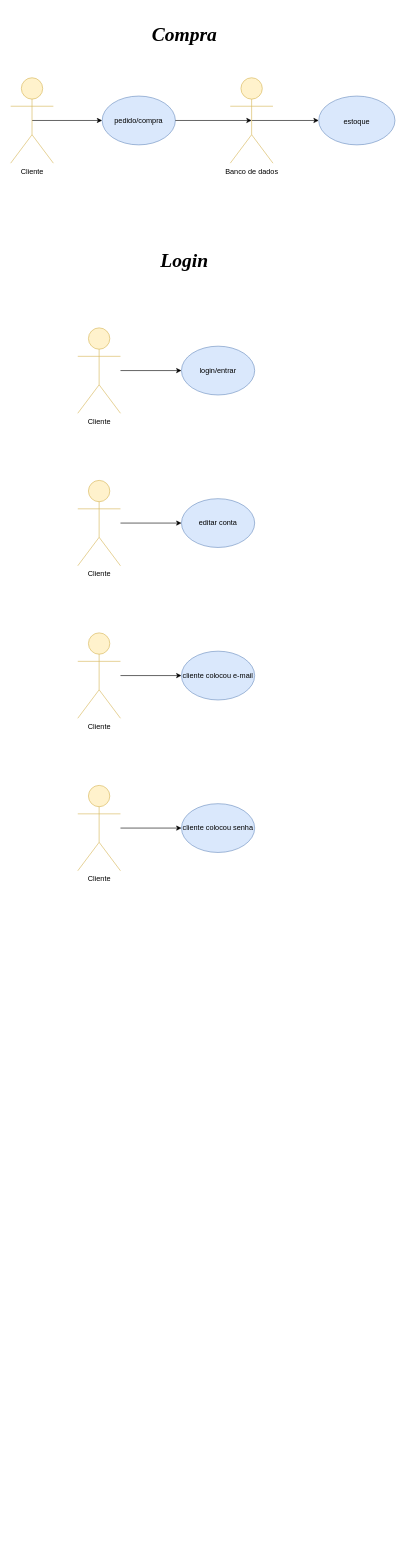
H4KAIzin/Diagamas keeps this draw.io diagram as doc/Casos.drawio. Above is the earlier version. Source tidied: cells renumbered, new cells numbered last; positions are measured from the earlier drawing's top-left corner, leaving out a move shared by most shapes. Both pictures are drawn from the tidied source at 61%, with x=0, y=0 at pixel (10, 10).
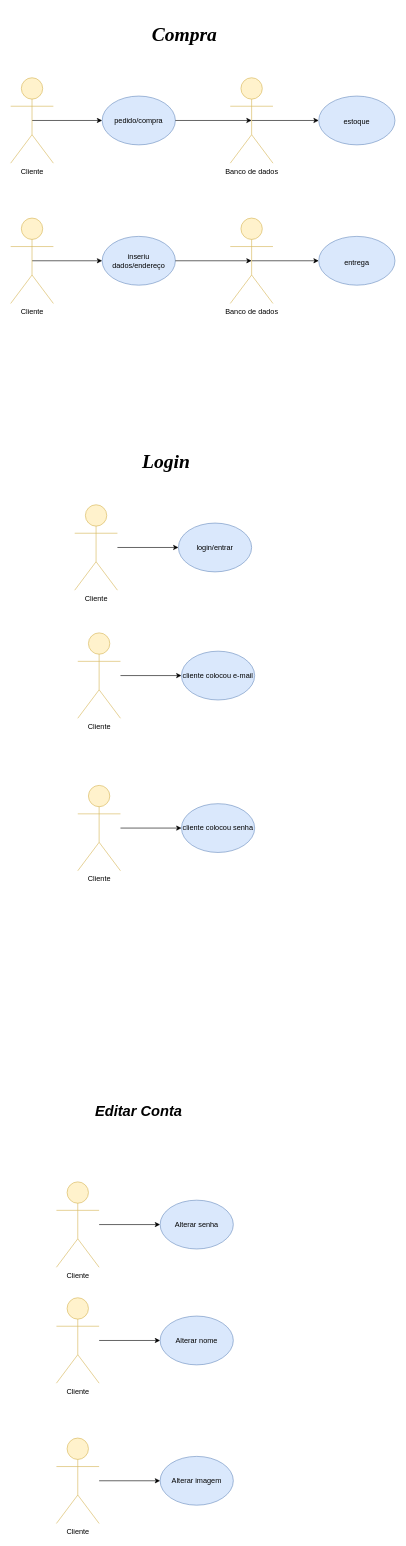
The same page after the edit.

Change to the diagram source:
```diff
@@
     <mxCell id="10" value="&lt;h1&gt;&lt;font face=&quot;Times New Roman&quot;&gt;&lt;span style=&quot;font-size: 32px;&quot;&gt;&lt;i&gt;Login&lt;/i&gt;&lt;/span&gt;&lt;/font&gt;&lt;/h1&gt;" style="text;html=1;align=center;verticalAlign=middle;whiteSpace=wrap;rounded=0;" parent="1" vertex="1">
-      <mxGeometry x="110" y="370" width="350" height="80" as="geometry" />
+      <mxGeometry x="80" y="700" width="350" height="80" as="geometry" />
     </mxCell>
@@
     <mxCell id="12" value="Cliente" style="shape=umlActor;verticalLabelPosition=bottom;verticalAlign=top;html=1;outlineConnect=0;fillColor=#fff2cc;strokeColor=#d6b656;" parent="1" vertex="1">
-      <mxGeometry x="110" y="520" width="70" height="140" as="geometry" />
+      <mxGeometry x="105" y="810" width="70" height="140" as="geometry" />
     </mxCell>
     <mxCell id="13" value="login/entrar" style="ellipse;whiteSpace=wrap;html=1;fillColor=#dae8fc;strokeColor=#6c8ebf;" parent="1" vertex="1">
-      <mxGeometry x="280" y="550" width="120" height="80" as="geometry" />
+      <mxGeometry x="275" y="840" width="120" height="80" as="geometry" />
     </mxCell>
-    <mxCell id="14" style="edgeStyle=orthogonalEdgeStyle;rounded=0;jettySize=auto;html=1;" parent="1" edge="1" source="15" target="16">
-      <mxGeometry relative="1" as="geometry" />
-    </mxCell>
-    <mxCell id="15" value="Cliente" style="shape=umlActor;verticalLabelPosition=bottom;verticalAlign=top;html=1;outlineConnect=0;fillColor=#fff2cc;strokeColor=#d6b656;" parent="1" vertex="1">
-      <mxGeometry x="110" y="770" width="70" height="140" as="geometry" />
-    </mxCell>
-    <mxCell id="16" value="editar conta" style="ellipse;whiteSpace=wrap;html=1;fillColor=#dae8fc;strokeColor=#6c8ebf;" parent="1" vertex="1">
-      <mxGeometry x="280" y="800" width="120" height="80" as="geometry" />
-    </mxCell>
@@
+    <mxCell id="23" value="&lt;h1&gt;&lt;i&gt;Editar Conta&lt;/i&gt;&lt;/h1&gt;" style="text;html=1;align=center;verticalAlign=middle;whiteSpace=wrap;rounded=0;" parent="1" vertex="1">
+      <mxGeometry x="105" y="1770" width="210" height="70" as="geometry" />
+    </mxCell>
+    <mxCell id="24" style="edgeStyle=orthogonalEdgeStyle;rounded=0;jettySize=auto;html=1;" parent="1" edge="1" source="25" target="26">
+      <mxGeometry relative="1" as="geometry" />
+    </mxCell>
+    <mxCell id="25" value="Cliente" style="shape=umlActor;verticalLabelPosition=bottom;verticalAlign=top;html=1;outlineConnect=0;fillColor=#fff2cc;strokeColor=#d6b656;" parent="1" vertex="1">
+      <mxGeometry x="75" y="2110" width="70" height="140" as="geometry" />
+    </mxCell>
+    <mxCell id="26" value="Alterar nome" style="ellipse;whiteSpace=wrap;html=1;fillColor=#dae8fc;strokeColor=#6c8ebf;" parent="1" vertex="1">
+      <mxGeometry x="245" y="2140" width="120" height="80" as="geometry" />
+    </mxCell>
+    <mxCell id="27" style="edgeStyle=orthogonalEdgeStyle;rounded=0;jettySize=auto;html=1;" parent="1" edge="1" source="28" target="29">
+      <mxGeometry relative="1" as="geometry" />
+    </mxCell>
+    <mxCell id="28" value="Cliente" style="shape=umlActor;verticalLabelPosition=bottom;verticalAlign=top;html=1;outlineConnect=0;fillColor=#fff2cc;strokeColor=#d6b656;" parent="1" vertex="1">
+      <mxGeometry x="75" y="1920" width="70" height="140" as="geometry" />
+    </mxCell>
+    <mxCell id="29" value="Alterar senha" style="ellipse;whiteSpace=wrap;html=1;fillColor=#dae8fc;strokeColor=#6c8ebf;" parent="1" vertex="1">
+      <mxGeometry x="245" y="1950" width="120" height="80" as="geometry" />
+    </mxCell>
+    <mxCell id="30" style="edgeStyle=orthogonalEdgeStyle;rounded=0;jettySize=auto;html=1;" parent="1" edge="1" source="31" target="32">
+      <mxGeometry relative="1" as="geometry" />
+    </mxCell>
+    <mxCell id="31" value="Cliente" style="shape=umlActor;verticalLabelPosition=bottom;verticalAlign=top;html=1;outlineConnect=0;fillColor=#fff2cc;strokeColor=#d6b656;" parent="1" vertex="1">
+      <mxGeometry x="75" y="2340" width="70" height="140" as="geometry" />
+    </mxCell>
+    <mxCell id="32" value="Alterar imagem" style="ellipse;whiteSpace=wrap;html=1;fillColor=#dae8fc;strokeColor=#6c8ebf;" parent="1" vertex="1">
+      <mxGeometry x="245" y="2370" width="120" height="80" as="geometry" />
+    </mxCell>
+    <mxCell id="33" style="edgeStyle=orthogonalEdgeStyle;rounded=0;jettySize=auto;html=1;exitX=0.5;exitY=0.5;exitDx=0;exitDy=0;exitPerimeter=0;entryX=0;entryY=0.5;entryDx=0;entryDy=0;" parent="1" edge="1" source="34" target="35">
+      <mxGeometry relative="1" as="geometry" />
+    </mxCell>
+    <mxCell id="34" value="Cliente" style="shape=umlActor;verticalLabelPosition=bottom;verticalAlign=top;html=1;outlineConnect=0;fillColor=#fff2cc;strokeColor=#d6b656;" parent="1" vertex="1">
+      <mxGeometry y="340" width="70" height="140" as="geometry" />
+    </mxCell>
+    <mxCell id="35" value="inseriu dados/endereço" style="ellipse;whiteSpace=wrap;html=1;fillColor=#dae8fc;strokeColor=#6c8ebf;" parent="1" vertex="1">
+      <mxGeometry x="150" y="370" width="120" height="80" as="geometry" />
+    </mxCell>
+    <mxCell id="36" style="edgeStyle=orthogonalEdgeStyle;rounded=0;jettySize=auto;html=1;exitX=0.5;exitY=0.5;exitDx=0;exitDy=0;exitPerimeter=0;" parent="1" edge="1" source="37" target="39">
+      <mxGeometry relative="1" as="geometry" />
+    </mxCell>
+    <mxCell id="37" value="Banco de dados" style="shape=umlActor;verticalLabelPosition=bottom;verticalAlign=top;html=1;outlineConnect=0;fillColor=#fff2cc;strokeColor=#d6b656;" parent="1" vertex="1">
+      <mxGeometry x="360" y="340" width="70" height="140" as="geometry" />
+    </mxCell>
+    <mxCell id="38" style="edgeStyle=orthogonalEdgeStyle;rounded=0;jettySize=auto;html=1;exitX=1;exitY=0.5;exitDx=0;exitDy=0;entryX=0.5;entryY=0.5;entryDx=0;entryDy=0;entryPerimeter=0;" parent="1" edge="1" source="35" target="37">
+      <mxGeometry relative="1" as="geometry" />
+    </mxCell>
+    <mxCell id="39" value="&lt;div&gt;&lt;br&gt;&lt;/div&gt;&lt;div&gt;&lt;br&gt;&lt;/div&gt;&lt;div&gt;entrega&lt;/div&gt;" style="ellipse;whiteSpace=wrap;html=1;verticalAlign=top;fillColor=#dae8fc;strokeColor=#6c8ebf;" parent="1" vertex="1">
+      <mxGeometry x="505" y="370" width="125" height="80" as="geometry" />
+    </mxCell>
```
